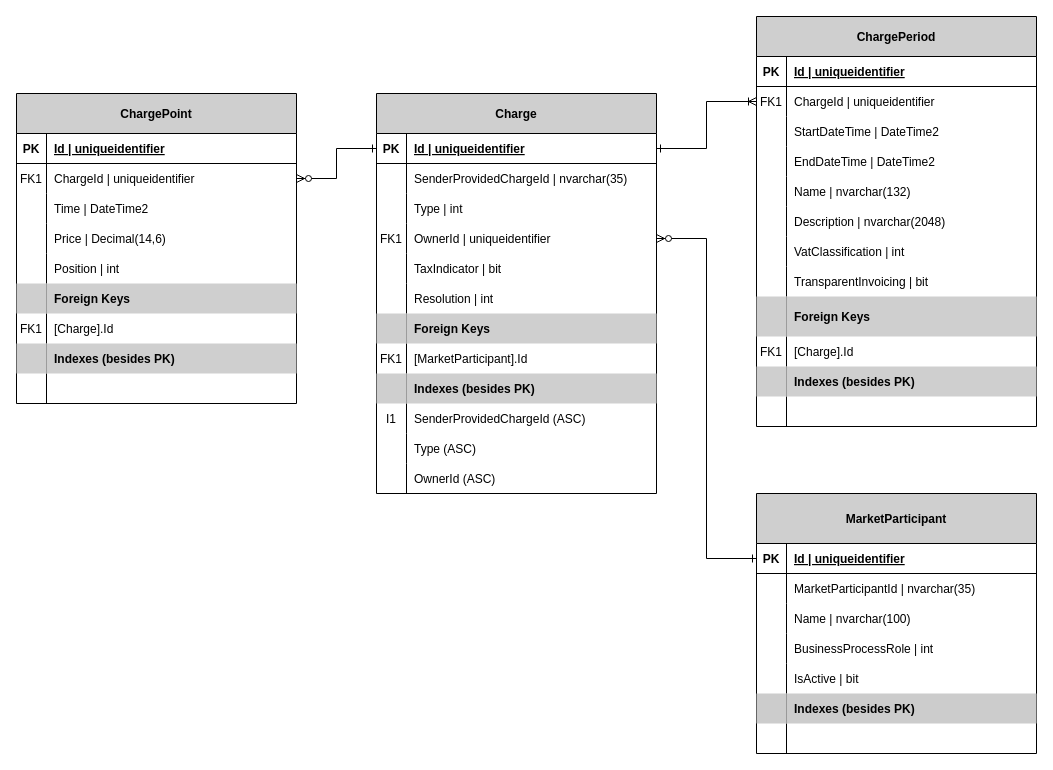
The draw.io diagram docs/data-models/ChargesDataModel.drawio in Energinet-DataHub/ARCHIVED-geh-charges, before the edit. Source tidied: cells renumbered, new cells numbered last; positions are measured from the earlier drawing's top-left corner, leaving out a move shared by most shapes. Both pictures are drawn from the tidied source at 100%, with x=0, y=0 at pixel (16, 16).
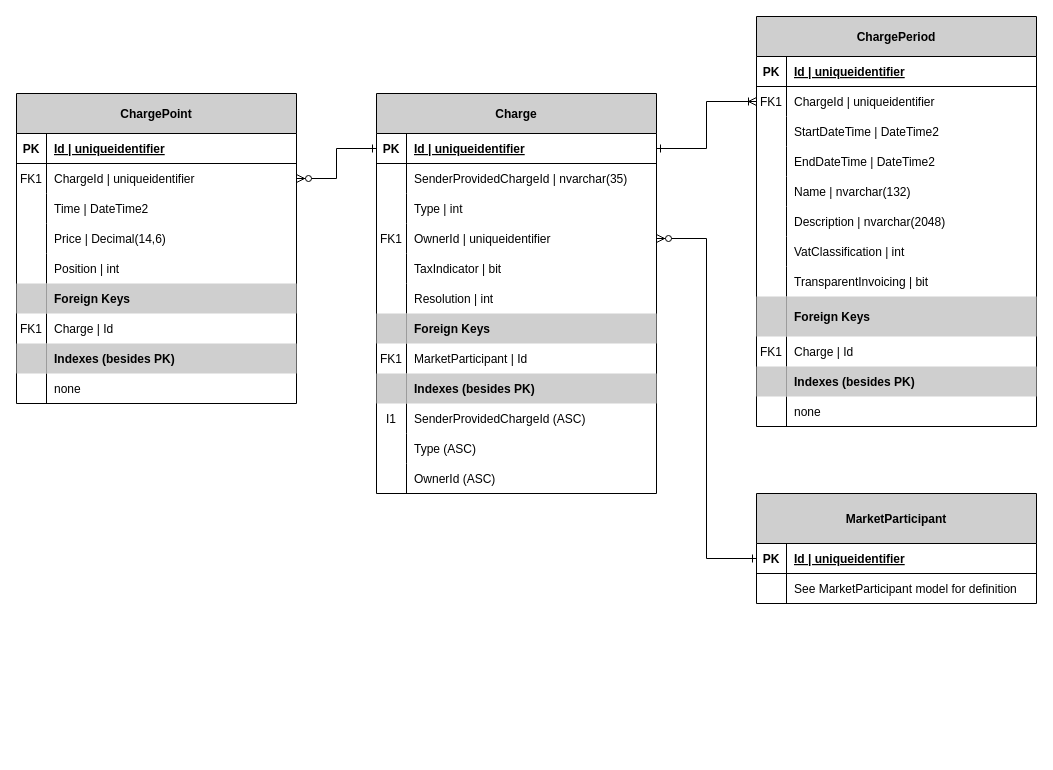
After the change.

Commit message (it also covers changes not shown here):
docs: Add combined data model for `MarketParticipant` and `GridAreaLink` and update existing `charges` data model diagram (#1430)

Unchanged cells that the change refers to:
```xml
<mxCell id="25" style="shape=partialRectangle;fillColor=none;top=0;left=0;bottom=0;right=0;" parent="3" vertex="1">
  <mxGeometry y="250" width="280" height="30" as="geometry" />
</mxCell>
<mxCell id="69" style="shape=partialRectangle;fillColor=none;top=0;left=0;bottom=0;right=0;" parent="41" vertex="1">
  <mxGeometry y="320" width="280" height="30" as="geometry" />
</mxCell>
<mxCell id="75" style="shape=partialRectangle;fillColor=none;top=0;left=0;bottom=0;right=0;" parent="41" vertex="1">
  <mxGeometry y="380" width="280" height="30" as="geometry" />
</mxCell>
<mxCell id="97" style="shape=partialRectangle;fillColor=none;top=0;left=0;bottom=0;right=0;" parent="78" vertex="1">
  <mxGeometry y="220" width="280" height="30" as="geometry" />
</mxCell>
<mxCell id="103" style="shape=partialRectangle;fillColor=none;top=0;left=0;bottom=0;right=0;" parent="78" vertex="1">
  <mxGeometry y="280" width="280" height="30" as="geometry" />
</mxCell>
<mxCell id="110" style="shape=partialRectangle;fillColor=none;top=0;left=0;bottom=0;right=0;" parent="106" vertex="1">
  <mxGeometry y="80" width="280" height="30" as="geometry" />
</mxCell>
```

The edit, as a diff of the source:
```diff
@@
-    <mxCell id="27" value="[MarketParticipant].Id" style="shape=partialRectangle;fillColor=none;top=0;left=0;bottom=0;right=0;align=left;spacingLeft=6;overflow=hidden;" parent="25" vertex="1">
+    <mxCell id="27" value="MarketParticipant | Id" style="shape=partialRectangle;fillColor=none;top=0;left=0;bottom=0;right=0;align=left;spacingLeft=6;overflow=hidden;" parent="25" vertex="1">
       <mxGeometry x="30" width="250" height="30" as="geometry" />
     </mxCell>
@@
-    <mxCell id="71" value="[Charge].Id" style="shape=partialRectangle;fillColor=none;top=0;left=0;bottom=0;right=0;align=left;spacingLeft=6;overflow=hidden;" parent="69" vertex="1">
+    <mxCell id="71" value="Charge | Id" style="shape=partialRectangle;fillColor=none;top=0;left=0;bottom=0;right=0;align=left;spacingLeft=6;overflow=hidden;" parent="69" vertex="1">
       <mxGeometry x="30" width="250" height="30" as="geometry" />
     </mxCell>
@@
-    <mxCell id="77" style="shape=partialRectangle;fillColor=none;top=0;left=0;bottom=0;right=0;align=left;spacingLeft=6;overflow=hidden;" parent="75" vertex="1">
+    <mxCell id="77" value="none" style="shape=partialRectangle;fillColor=none;top=0;left=0;bottom=0;right=0;align=left;spacingLeft=6;overflow=hidden;" parent="75" vertex="1">
       <mxGeometry x="30" width="250" height="30" as="geometry" />
     </mxCell>
@@
-    <mxCell id="99" value="[Charge].Id" style="shape=partialRectangle;fillColor=none;top=0;left=0;bottom=0;right=0;align=left;spacingLeft=6;overflow=hidden;" parent="97" vertex="1">
+    <mxCell id="99" value="Charge | Id" style="shape=partialRectangle;fillColor=none;top=0;left=0;bottom=0;right=0;align=left;spacingLeft=6;overflow=hidden;" parent="97" vertex="1">
       <mxGeometry x="30" width="250" height="30" as="geometry" />
     </mxCell>
@@
-    <mxCell id="105" style="shape=partialRectangle;fillColor=none;top=0;left=0;bottom=0;right=0;align=left;spacingLeft=6;overflow=hidden;" parent="103" vertex="1">
+    <mxCell id="105" value="none" style="shape=partialRectangle;fillColor=none;top=0;left=0;bottom=0;right=0;align=left;spacingLeft=6;overflow=hidden;" parent="103" vertex="1">
       <mxGeometry x="30" width="250" height="30" as="geometry" />
     </mxCell>
     <mxCell id="106" value="MarketParticipant" style="shape=table;startSize=50;childLayout=tableLayout;rowLines=0;fontStyle=1;align=center;fillColor=#CFCFCF;" parent="1" vertex="1">
-      <mxGeometry x="740" y="477" width="280" height="260" as="geometry" />
+      <mxGeometry x="740" y="477" width="280" height="110" as="geometry" />
     </mxCell>
@@
-    <mxCell id="112" value="MarketParticipantId | nvarchar(35)" style="shape=partialRectangle;fillColor=none;top=0;left=0;bottom=0;right=0;align=left;spacingLeft=6;overflow=hidden;" parent="110" vertex="1">
+    <mxCell id="112" value="See MarketParticipant model for definition" style="shape=partialRectangle;fillColor=none;top=0;left=0;bottom=0;right=0;align=left;spacingLeft=6;overflow=hidden;" parent="110" vertex="1">
       <mxGeometry x="30" width="250" height="30" as="geometry" />
     </mxCell>
-    <mxCell id="113" style="shape=partialRectangle;fillColor=none;top=0;left=0;bottom=0;right=0;" parent="106" vertex="1">
-      <mxGeometry y="110" width="280" height="30" as="geometry" />
-    </mxCell>
-    <mxCell id="114" style="shape=partialRectangle;fillColor=none;top=0;left=0;bottom=0;right=0;overflow=hidden;" parent="113" vertex="1">
-      <mxGeometry width="30" height="30" as="geometry" />
-    </mxCell>
-    <mxCell id="115" value="Name | nvarchar(100)" style="shape=partialRectangle;fillColor=none;top=0;left=0;bottom=0;right=0;align=left;spacingLeft=6;overflow=hidden;" parent="113" vertex="1">
-      <mxGeometry x="30" width="250" height="30" as="geometry" />
-    </mxCell>
-    <mxCell id="116" style="shape=partialRectangle;fillColor=none;top=0;left=0;bottom=0;right=0;" parent="106" vertex="1">
-      <mxGeometry y="140" width="280" height="30" as="geometry" />
-    </mxCell>
-    <mxCell id="117" style="shape=partialRectangle;fillColor=none;top=0;left=0;bottom=0;right=0;overflow=hidden;" parent="116" vertex="1">
-      <mxGeometry width="30" height="30" as="geometry" />
-    </mxCell>
-    <mxCell id="118" value="BusinessProcessRole | int" style="shape=partialRectangle;fillColor=none;top=0;left=0;bottom=0;right=0;align=left;spacingLeft=6;overflow=hidden;" parent="116" vertex="1">
-      <mxGeometry x="30" width="250" height="30" as="geometry" />
-    </mxCell>
-    <mxCell id="119" style="shape=partialRectangle;fillColor=none;top=0;left=0;bottom=0;right=0;" parent="106" vertex="1">
-      <mxGeometry y="170" width="280" height="30" as="geometry" />
-    </mxCell>
-    <mxCell id="120" style="shape=partialRectangle;fillColor=none;top=0;left=0;bottom=0;right=0;overflow=hidden;" parent="119" vertex="1">
-      <mxGeometry width="30" height="30" as="geometry" />
-    </mxCell>
-    <mxCell id="121" value="IsActive | bit" style="shape=partialRectangle;fillColor=none;top=0;left=0;bottom=0;right=0;align=left;spacingLeft=6;overflow=hidden;" parent="119" vertex="1">
-      <mxGeometry x="30" width="250" height="30" as="geometry" />
-    </mxCell>
-    <mxCell id="122" style="shape=partialRectangle;fillColor=none;top=0;left=0;bottom=0;right=0;" parent="106" vertex="1">
-      <mxGeometry y="200" width="280" height="30" as="geometry" />
-    </mxCell>
-    <mxCell id="123" style="shape=partialRectangle;top=0;left=0;bottom=0;right=0;overflow=hidden;fillColor=#CCCCCC;" parent="122" vertex="1">
-      <mxGeometry width="30" height="30" as="geometry" />
-    </mxCell>
-    <mxCell id="124" value="Indexes (besides PK)" style="shape=partialRectangle;top=0;left=0;bottom=0;right=0;align=left;spacingLeft=6;overflow=hidden;fillColor=#CCCCCC;fontStyle=1;" parent="122" vertex="1">
-      <mxGeometry x="30" width="250" height="30" as="geometry" />
-    </mxCell>
-    <mxCell id="125" style="shape=partialRectangle;fillColor=none;top=0;left=0;bottom=0;right=0;" parent="106" vertex="1">
-      <mxGeometry y="230" width="280" height="30" as="geometry" />
-    </mxCell>
-    <mxCell id="126" style="shape=partialRectangle;fillColor=none;top=0;left=0;bottom=0;right=0;overflow=hidden;" parent="125" vertex="1">
-      <mxGeometry width="30" height="30" as="geometry" />
-    </mxCell>
-    <mxCell id="127" style="shape=partialRectangle;fillColor=none;top=0;left=0;bottom=0;right=0;align=left;spacingLeft=6;overflow=hidden;" parent="125" vertex="1">
-      <mxGeometry x="30" width="250" height="30" as="geometry" />
-    </mxCell>
```
